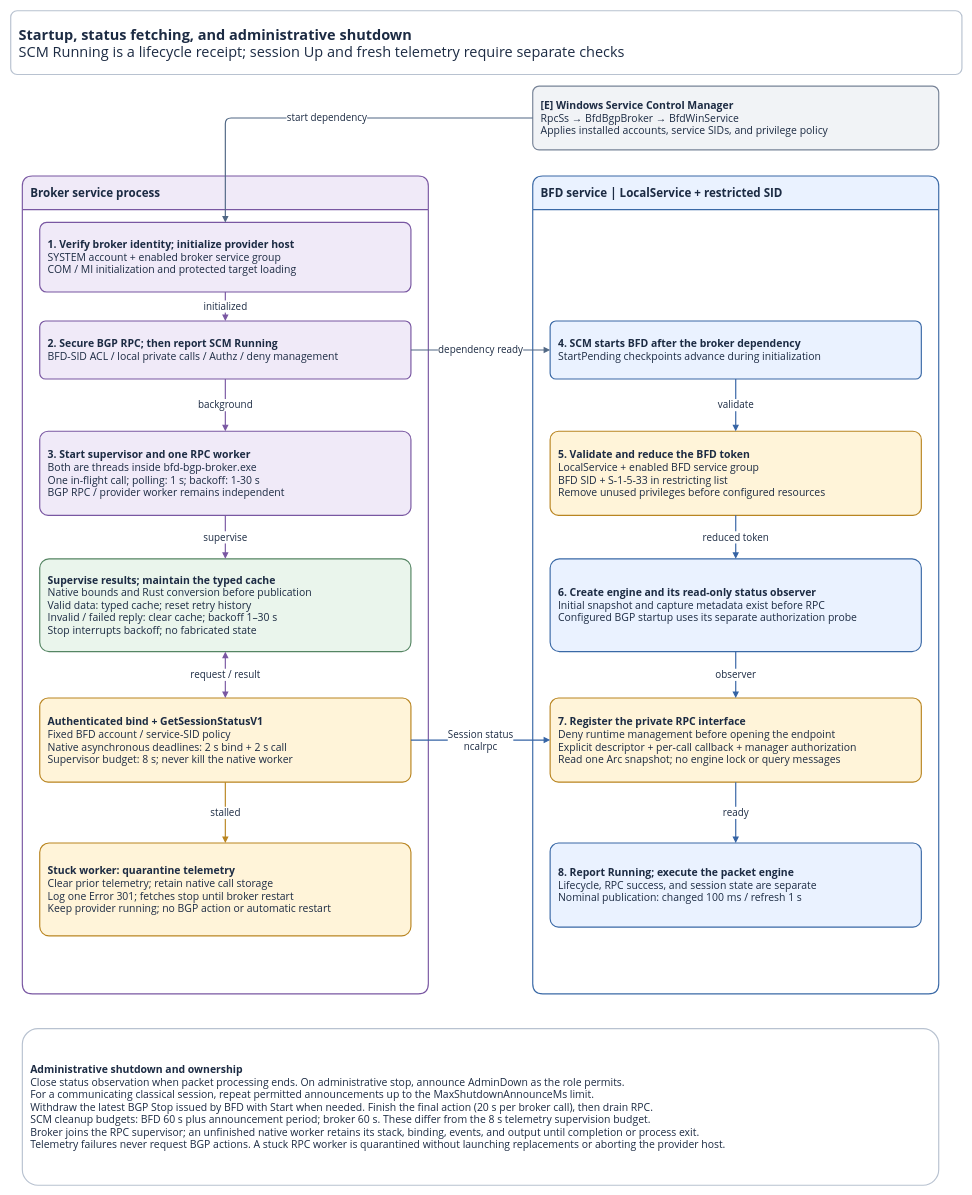
This is page "2 Service lifecycle" (2 of 3) of docs/service-communication.drawio from miketheitguy/bfd-winservice, a draw.io file, before an edit. Source tidied: cells renumbered, new cells numbered last; positions are measured from the earlier drawing's top-left corner, leaving out a move shared by most shapes. Both pictures are drawn from the tidied source at 58%, with x=0, y=0 at pixel (10, 10).
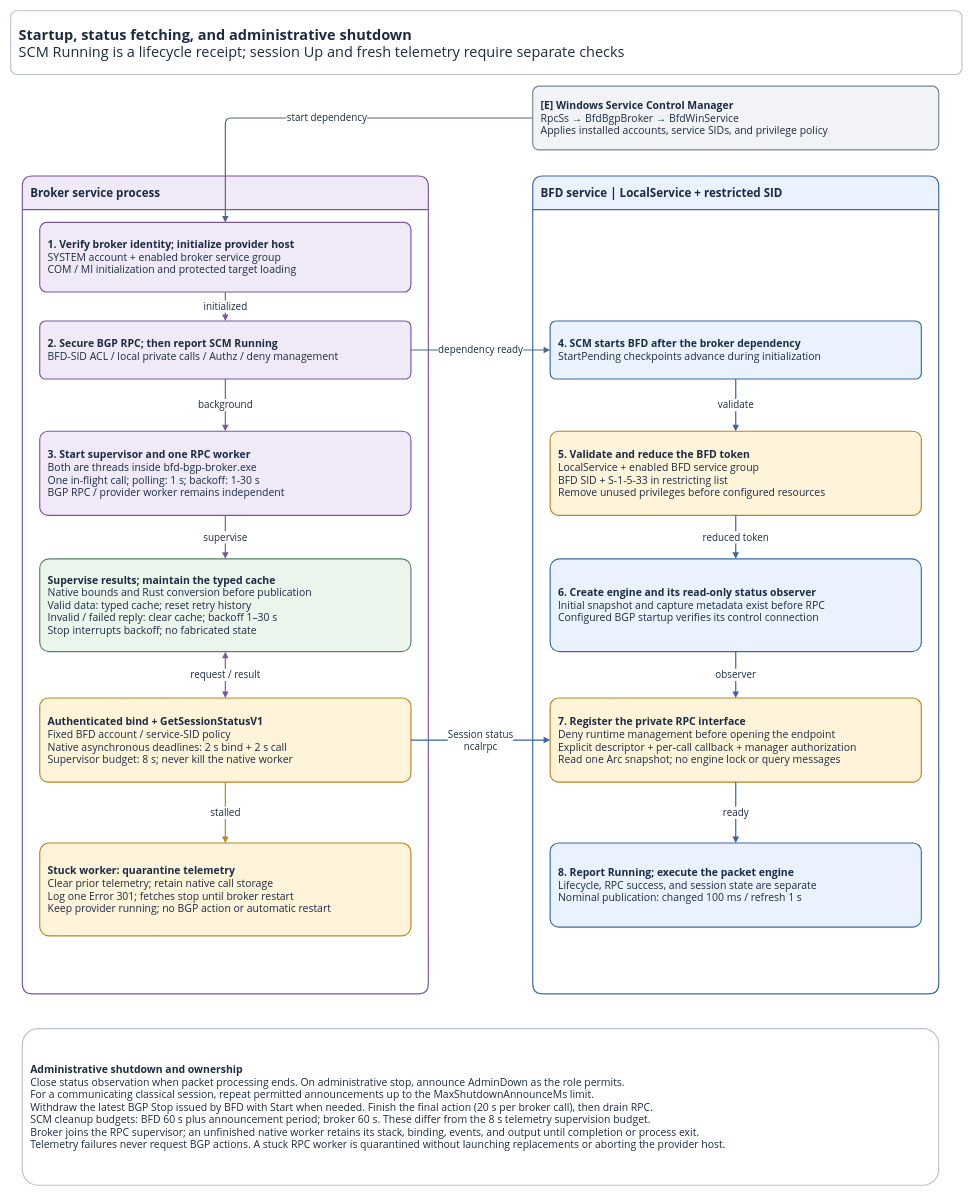
Above is the later version.

The change refers to these unchanged cells:
```xml
<mxCell id="5" value="&lt;b&gt;BFD service | LocalService + restricted SID&lt;/b&gt;" style="rounded=1;arcSize=10;whiteSpace=wrap;html=1;fillColor=#EAF2FF;strokeColor=#3A69A6;strokeWidth=2;fontFamily=Segoe UI;fontSize=20;fontColor=#1C2B43;spacing=14;align=left;verticalAlign=middle;shape=swimlane;startSize=58;horizontal=1;swimlaneLine=1;" parent="1" vertex="1">
  <mxGeometry x="900" y="285" width="700" height="1410" as="geometry" />
</mxCell>
```

What changed in the source:
```diff
@@
-    <mxCell id="14" value="&lt;b&gt;6. Create engine and its read-only status observer&lt;/b&gt;&lt;br&gt;Initial snapshot and capture metadata exist before RPC&lt;br&gt;Configured BGP startup uses its separate authorization probe" style="rounded=1;arcSize=10;whiteSpace=wrap;html=1;fillColor=#EAF2FF;strokeColor=#3A69A6;strokeWidth=2;fontFamily=Segoe UI;fontSize=18;fontColor=#1C2B43;spacing=14;align=left;verticalAlign=middle;" parent="5" vertex="1">
+    <mxCell id="14" value="&lt;b&gt;6. Create engine and its read-only status observer&lt;/b&gt;&lt;br&gt;Initial snapshot and capture metadata exist before RPC&lt;br&gt;Configured BGP startup verifies its control connection" style="rounded=1;arcSize=10;whiteSpace=wrap;html=1;fillColor=#EAF2FF;strokeColor=#3A69A6;strokeWidth=2;fontFamily=Segoe UI;fontSize=18;fontColor=#1C2B43;spacing=14;align=left;verticalAlign=middle;" parent="5" vertex="1">
       <mxGeometry x="30" y="660" width="640" height="160" as="geometry" />
     </mxCell>
```
